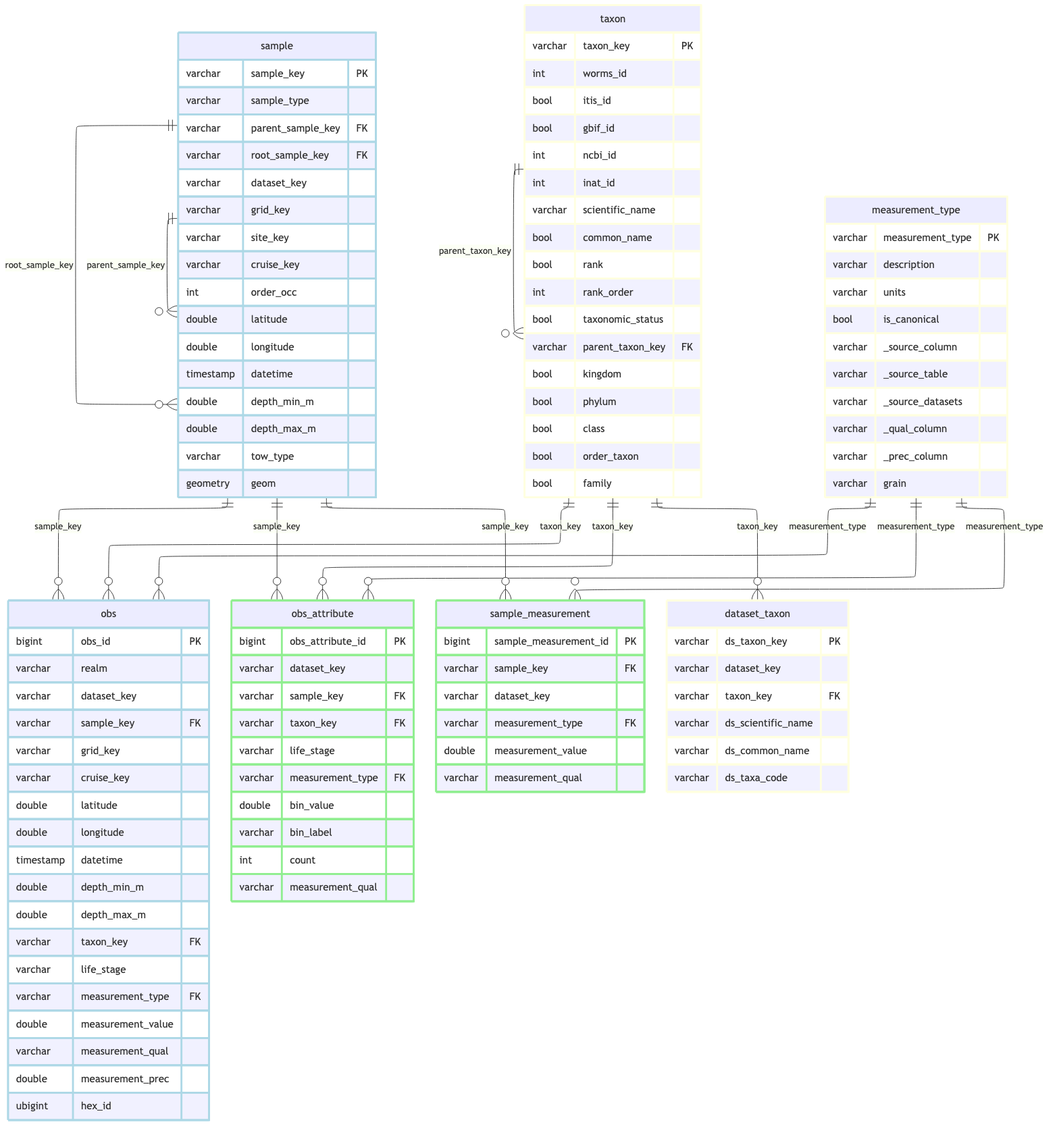
The Mermaid diagram _output/ingest_cdfw_dungeness-crab_files/figure-html/schema-core-1.png in CalCOFI/workflows, before a commit. Its source is kept beside it as _output/ingest_cdfw_dungeness-crab_files/figure-html/schema-core-1.mmd. Its diagram source:
```mermaid
---
config:
  layout: elk
---
erDiagram
    sample {
        varchar sample_key PK
        varchar sample_type
        varchar parent_sample_key FK
        varchar root_sample_key FK
        varchar dataset_key
        varchar grid_key
        varchar site_key
        varchar cruise_key
        int order_occ
        double latitude
        double longitude
        timestamp datetime
        double depth_min_m
        double depth_max_m
        varchar tow_type
        geometry geom
    }
    obs {
        bigint obs_id PK
        varchar realm
        varchar dataset_key
        varchar sample_key FK
        varchar grid_key
        varchar cruise_key
        double latitude
        double longitude
        timestamp datetime
        double depth_min_m
        double depth_max_m
        varchar taxon_key FK
        varchar life_stage
        varchar measurement_type FK
        double measurement_value
        varchar measurement_qual
        double measurement_prec
        ubigint hex_id
    }
    obs_attribute {
        bigint obs_attribute_id PK
        varchar dataset_key
        varchar sample_key FK
        varchar taxon_key FK
        varchar life_stage
        varchar measurement_type FK
        double bin_value
        varchar bin_label
        int count
        varchar measurement_qual
    }
    sample_measurement {
        bigint sample_measurement_id PK
        varchar sample_key FK
        varchar dataset_key
        varchar measurement_type FK
        double measurement_value
        varchar measurement_qual
    }
    taxon {
        varchar taxon_key PK
        int worms_id
        bool itis_id
        bool gbif_id
        int ncbi_id
        int inat_id
        varchar scientific_name
        bool common_name
        bool rank
        int rank_order
        bool taxonomic_status
        varchar parent_taxon_key FK
        bool kingdom
        bool phylum
        bool class
        bool order_taxon
        bool family
    }
    dataset_taxon {
        varchar ds_taxon_key PK
        varchar dataset_key
        varchar taxon_key FK
        varchar ds_scientific_name
        varchar ds_common_name
        varchar ds_taxa_code
    }
    measurement_type {
        varchar measurement_type PK
        varchar description
        varchar units
        bool is_canonical
        varchar _source_column
        varchar _source_table
        varchar _source_datasets
        varchar _qual_column
        varchar _prec_column
        varchar grain
    }
    sample ||--o{ sample : "parent_sample_key"
    sample ||--o{ sample : "root_sample_key"
    sample ||--o{ obs : "sample_key"
    taxon ||--o{ obs : "taxon_key"
    measurement_type ||--o{ obs : "measurement_type"
    sample ||--o{ obs_attribute : "sample_key"
    taxon ||--o{ obs_attribute : "taxon_key"
    measurement_type ||--o{ obs_attribute : "measurement_type"
    sample ||--o{ sample_measurement : "sample_key"
    measurement_type ||--o{ sample_measurement : "measurement_type"
    taxon ||--o{ dataset_taxon : "taxon_key"
    taxon ||--o{ taxon : "parent_taxon_key"
    classDef lightblue stroke:#ADD8E6,stroke-width:3px
    class sample,obs lightblue
    classDef lightgreen stroke:#90EE90,stroke-width:3px
    class obs_attribute,sample_measurement lightgreen
    classDef lightyellow stroke:#FFFFE0,stroke-width:3px
    class taxon,dataset_taxon,measurement_type lightyellow
```
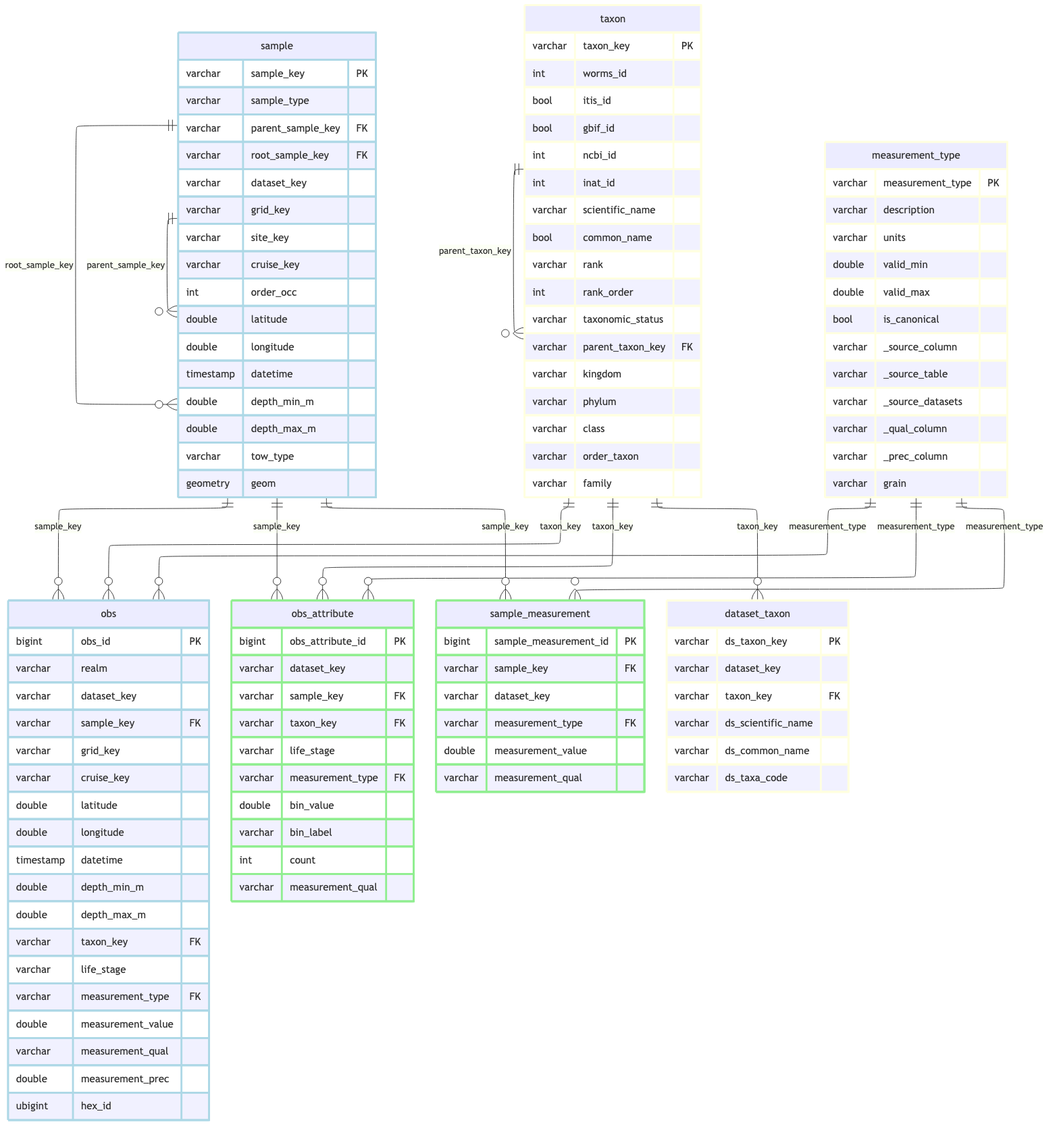
The same diagram one commit later.

Change to the diagram source:
```diff
@@ -70,15 +70,15 @@
         int inat_id
         varchar scientific_name
         bool common_name
-        bool rank
+        varchar rank
         int rank_order
-        bool taxonomic_status
+        varchar taxonomic_status
         varchar parent_taxon_key FK
-        bool kingdom
-        bool phylum
-        bool class
-        bool order_taxon
-        bool family
+        varchar kingdom
+        varchar phylum
+        varchar class
+        varchar order_taxon
+        varchar family
     }
     dataset_taxon {
         varchar ds_taxon_key PK
@@ -92,6 +92,8 @@
         varchar measurement_type PK
         varchar description
         varchar units
+        double valid_min
+        double valid_max
         bool is_canonical
         varchar _source_column
         varchar _source_table
```
